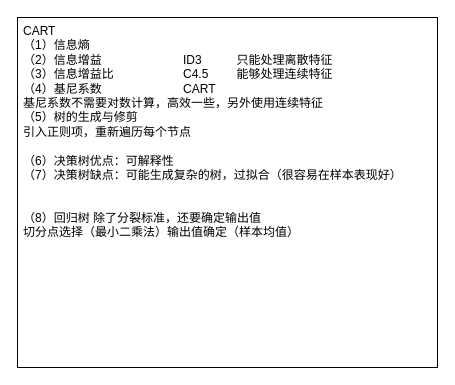
Earlier version of the draw.io diagram 树模型.drawio (limpid-11/drawio). Source tidied: cells renumbered, new cells numbered last; positions are measured from the earlier drawing's top-left corner, leaving out a move shared by most shapes. Both pictures are drawn from the tidied source at 100%, with x=0, y=0 at pixel (17, 17).
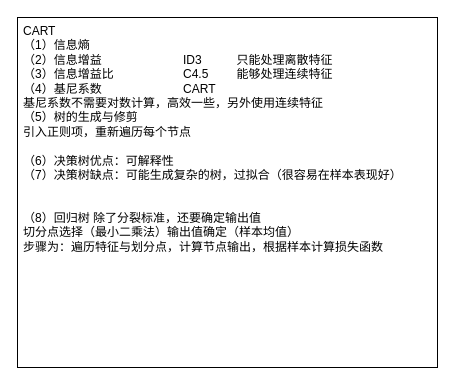
The same diagram, later.

Commit message (it also covers changes not shown here):
更新树模型.drawio

The edit, as a diff of the source:
```diff
@@
 <mxGraphModel>
   <root>
     <mxCell id="0" />
     <mxCell id="1" parent="0" />
-    <mxCell id="2" value="CART&lt;div&gt;（1）信息熵&lt;span style=&quot;white-space: pre;&quot;&gt;&#9;&lt;/span&gt;&lt;span style=&quot;white-space: pre;&quot;&gt;&#9;&lt;/span&gt;&lt;span style=&quot;white-space: pre;&quot;&gt;&#9;&lt;/span&gt;&lt;span style=&quot;white-space: pre;&quot;&gt;&#9;&lt;/span&gt;&lt;/div&gt;&lt;div&gt;（2）信息增益&lt;span style=&quot;white-space: pre;&quot;&gt;&#9;&lt;/span&gt;&lt;span style=&quot;white-space: pre;&quot;&gt;&#9;&lt;/span&gt;&lt;span style=&quot;white-space: pre;&quot;&gt;&#9;&lt;/span&gt;&lt;span style=&quot;background-color: initial;&quot;&gt;ID3 &lt;span style=&quot;white-space: pre;&quot;&gt;&#9;&lt;/span&gt;&lt;span style=&quot;white-space: pre;&quot;&gt;&#9;&lt;/span&gt;只能处理离散特征&lt;/span&gt;&lt;/div&gt;&lt;div&gt;（3）信息增益比&lt;span style=&quot;white-space: pre;&quot;&gt;&#9;&lt;/span&gt;&lt;span style=&quot;white-space: pre;&quot;&gt;&#9;&lt;/span&gt;&lt;span style=&quot;white-space: pre;&quot;&gt;&#9;&lt;/span&gt;C4.5&lt;span style=&quot;white-space: pre;&quot;&gt;&#9;&lt;/span&gt;能够处理连续特征&lt;/div&gt;&lt;div&gt;（4）基尼系数&lt;span style=&quot;white-space: pre;&quot;&gt;&#9;&lt;/span&gt;&lt;span style=&quot;white-space: pre;&quot;&gt;&#9;&lt;/span&gt;&lt;span style=&quot;white-space: pre;&quot;&gt;&#9;&lt;/span&gt;CART&lt;span style=&quot;white-space: pre;&quot;&gt;&#9;&lt;/span&gt;&lt;/div&gt;&lt;div&gt;基尼系数不需要对数计算，高效一些，另外使用连续特征&lt;/div&gt;&lt;div&gt;（5）树的生成与修剪&lt;/div&gt;&lt;div&gt;引入正则项，重新遍历每个节点&lt;/div&gt;&lt;div&gt;&lt;br&gt;&lt;/div&gt;&lt;div&gt;（6）决策树优点：可解释性&lt;/div&gt;&lt;div&gt;（7）决策树缺点：可能生成复杂的树，过拟合（很容易在样本表现好）&lt;/div&gt;&lt;div&gt;&lt;br&gt;&lt;/div&gt;&lt;div&gt;&lt;br&gt;&lt;/div&gt;&lt;div&gt;（8）回归树 除了分裂标准，还要确定输出值&lt;/div&gt;&lt;div&gt;切分点选择（最小二乘法）输出值确定（样本均值）&lt;/div&gt;" style="rounded=0;whiteSpace=wrap;html=1;align=left;verticalAlign=top;spacingLeft=4;" parent="1" vertex="1">
+    <mxCell id="2" value="CART&lt;div&gt;（1）信息熵&lt;span style=&quot;white-space: pre;&quot;&gt;&#9;&lt;/span&gt;&lt;span style=&quot;white-space: pre;&quot;&gt;&#9;&lt;/span&gt;&lt;span style=&quot;white-space: pre;&quot;&gt;&#9;&lt;/span&gt;&lt;span style=&quot;white-space: pre;&quot;&gt;&#9;&lt;/span&gt;&lt;/div&gt;&lt;div&gt;（2）信息增益&lt;span style=&quot;white-space: pre;&quot;&gt;&#9;&lt;/span&gt;&lt;span style=&quot;white-space: pre;&quot;&gt;&#9;&lt;/span&gt;&lt;span style=&quot;white-space: pre;&quot;&gt;&#9;&lt;/span&gt;&lt;span style=&quot;background-color: initial;&quot;&gt;ID3 &lt;span style=&quot;white-space: pre;&quot;&gt;&#9;&lt;/span&gt;&lt;span style=&quot;white-space: pre;&quot;&gt;&#9;&lt;/span&gt;只能处理离散特征&lt;/span&gt;&lt;/div&gt;&lt;div&gt;（3）信息增益比&lt;span style=&quot;white-space: pre;&quot;&gt;&#9;&lt;/span&gt;&lt;span style=&quot;white-space: pre;&quot;&gt;&#9;&lt;/span&gt;&lt;span style=&quot;white-space: pre;&quot;&gt;&#9;&lt;/span&gt;C4.5&lt;span style=&quot;white-space: pre;&quot;&gt;&#9;&lt;/span&gt;能够处理连续特征&lt;/div&gt;&lt;div&gt;（4）基尼系数&lt;span style=&quot;white-space: pre;&quot;&gt;&#9;&lt;/span&gt;&lt;span style=&quot;white-space: pre;&quot;&gt;&#9;&lt;/span&gt;&lt;span style=&quot;white-space: pre;&quot;&gt;&#9;&lt;/span&gt;CART&lt;span style=&quot;white-space: pre;&quot;&gt;&#9;&lt;/span&gt;&lt;/div&gt;&lt;div&gt;基尼系数不需要对数计算，高效一些，另外使用连续特征&lt;/div&gt;&lt;div&gt;（5）树的生成与修剪&lt;/div&gt;&lt;div&gt;引入正则项，重新遍历每个节点&lt;/div&gt;&lt;div&gt;&lt;br&gt;&lt;/div&gt;&lt;div&gt;（6）决策树优点：可解释性&lt;/div&gt;&lt;div&gt;（7）决策树缺点：可能生成复杂的树，过拟合（很容易在样本表现好）&lt;/div&gt;&lt;div&gt;&lt;br&gt;&lt;/div&gt;&lt;div&gt;&lt;br&gt;&lt;/div&gt;&lt;div&gt;（8）回归树 除了分裂标准，还要确定输出值&lt;/div&gt;&lt;div&gt;切分点选择（最小二乘法）输出值确定（样本均值）&lt;/div&gt;&lt;div&gt;步骤为：遍历特征与划分点，计算节点输出，根据样本计算损失函数&lt;/div&gt;" style="rounded=0;whiteSpace=wrap;html=1;align=left;verticalAlign=top;spacingLeft=4;" parent="1" vertex="1">
       <mxGeometry width="420" height="350" as="geometry" />
     </mxCell>
   </root>
 </mxGraphModel>
```
